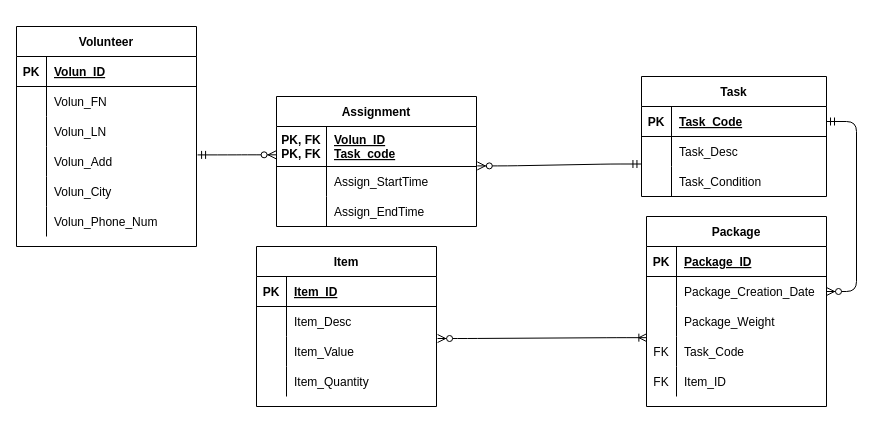
Above: Untitled Diagram.drawio in Tracey1217/Database-ERD-Team-Project (draw.io), before the change. Source tidied: cells renumbered, new cells numbered last; positions are measured from the earlier drawing's top-left corner, leaving out a move shared by most shapes. Both pictures are drawn from the tidied source at 100%, with x=0, y=0 at pixel (16, 26).
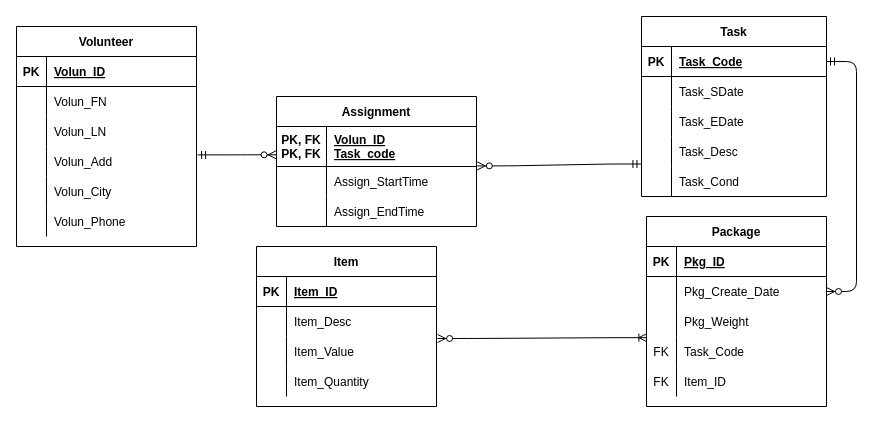
The same page after the edit.

The change refers to these unchanged cells:
```xml
<mxCell id="18" style="shape=partialRectangle;fillColor=none;top=0;left=0;bottom=0;right=0;" parent="2" vertex="1">
  <mxGeometry y="180" width="180" height="30" as="geometry" />
</mxCell>
<mxCell id="32" style="shape=partialRectangle;fillColor=none;top=0;left=0;bottom=1;right=0;" parent="31" vertex="1">
  <mxGeometry y="30" width="180" height="30" as="geometry" />
</mxCell>
<mxCell id="35" style="shape=partialRectangle;fillColor=none;top=0;left=0;bottom=0;right=0;points=[[0,0.5],[1,0.5]];portConstraint=eastwest;" parent="31" vertex="1">
  <mxGeometry y="60" width="180" height="30" as="geometry" />
</mxCell>
<mxCell id="38" style="shape=partialRectangle;fillColor=none;top=0;left=0;bottom=0;right=0;" parent="31" vertex="1">
  <mxGeometry y="90" width="180" height="30" as="geometry" />
</mxCell>
```

Change to the diagram source:
```diff
@@
-    <mxCell id="20" value="Volun_Phone_Num" style="shape=partialRectangle;fillColor=none;top=0;left=0;bottom=0;right=0;align=left;spacingLeft=6;overflow=hidden;" parent="18" vertex="1">
+    <mxCell id="20" value="Volun_Phone" style="shape=partialRectangle;fillColor=none;top=0;left=0;bottom=0;right=0;align=left;spacingLeft=6;overflow=hidden;" parent="18" vertex="1">
       <mxGeometry x="30" width="150" height="30" as="geometry" />
     </mxCell>
     <mxCell id="21" value="Task" style="shape=table;startSize=30;childLayout=tableLayout;rowLines=0;fontStyle=1;align=center;strokeColor=#000000;" parent="1" vertex="1">
-      <mxGeometry x="625" y="50" width="185" height="120" as="geometry" />
+      <mxGeometry x="625" y="-10" width="185" height="180" as="geometry" />
     </mxCell>
@@
+    <mxCell id="74" style="shape=partialRectangle;fillColor=none;top=0;left=0;bottom=1;right=0;strokeColor=none;" parent="21" vertex="1">
+      <mxGeometry y="60" width="185" height="30" as="geometry" />
+    </mxCell>
+    <mxCell id="75" style="shape=partialRectangle;fillColor=none;top=0;left=0;bottom=0;right=0;fontStyle=0;overflow=hidden;strokeColor=none;" parent="74" vertex="1">
+      <mxGeometry width="30" height="30" as="geometry" />
+    </mxCell>
+    <mxCell id="76" value="Task_SDate" style="shape=partialRectangle;fillColor=none;top=0;left=0;bottom=0;right=0;align=left;spacingLeft=6;fontStyle=0;overflow=hidden;strokeColor=none;" parent="74" vertex="1">
+      <mxGeometry x="30" width="155" height="30" as="geometry" />
+    </mxCell>
+    <mxCell id="77" style="shape=partialRectangle;fillColor=none;top=0;left=0;bottom=1;right=0;strokeColor=none;" parent="21" vertex="1">
+      <mxGeometry y="90" width="185" height="30" as="geometry" />
+    </mxCell>
+    <mxCell id="78" style="shape=partialRectangle;fillColor=none;top=0;left=0;bottom=0;right=0;fontStyle=1;overflow=hidden;strokeColor=none;" parent="77" vertex="1">
+      <mxGeometry width="30" height="30" as="geometry" />
+    </mxCell>
+    <mxCell id="79" value="Task_EDate" style="shape=partialRectangle;fillColor=none;top=0;left=0;bottom=0;right=0;align=left;spacingLeft=6;fontStyle=0;overflow=hidden;strokeColor=none;" parent="77" vertex="1">
+      <mxGeometry x="30" width="155" height="30" as="geometry" />
+    </mxCell>
     <mxCell id="25" style="shape=partialRectangle;fillColor=none;top=0;left=0;bottom=0;right=0;points=[[0,0.5],[1,0.5]];portConstraint=eastwest;" parent="21" vertex="1">
-      <mxGeometry y="60" width="185" height="30" as="geometry" />
+      <mxGeometry y="120" width="185" height="30" as="geometry" />
     </mxCell>
@@
     <mxCell id="28" style="shape=partialRectangle;fillColor=none;top=0;left=0;bottom=0;right=0;" parent="21" vertex="1">
-      <mxGeometry y="90" width="185" height="30" as="geometry" />
+      <mxGeometry y="150" width="185" height="30" as="geometry" />
     </mxCell>
@@
-    <mxCell id="30" value="Task_Condition" style="shape=partialRectangle;fillColor=none;top=0;left=0;bottom=0;right=0;align=left;spacingLeft=6;overflow=hidden;" parent="28" vertex="1">
+    <mxCell id="30" value="Task_Cond" style="shape=partialRectangle;fillColor=none;top=0;left=0;bottom=0;right=0;align=left;spacingLeft=6;overflow=hidden;" parent="28" vertex="1">
       <mxGeometry x="30" width="155" height="30" as="geometry" />
     </mxCell>
@@
-    <mxCell id="34" value="Package_ID" style="shape=partialRectangle;fillColor=none;top=0;left=0;bottom=0;right=0;align=left;spacingLeft=6;fontStyle=5;overflow=hidden;" parent="32" vertex="1">
+    <mxCell id="34" value="Pkg_ID" style="shape=partialRectangle;fillColor=none;top=0;left=0;bottom=0;right=0;align=left;spacingLeft=6;fontStyle=5;overflow=hidden;" parent="32" vertex="1">
       <mxGeometry x="30" width="150" height="30" as="geometry" />
     </mxCell>
@@
-    <mxCell id="37" value="Package_Creation_Date" style="shape=partialRectangle;fillColor=none;top=0;left=0;bottom=0;right=0;align=left;spacingLeft=6;overflow=hidden;" parent="35" vertex="1">
+    <mxCell id="37" value="Pkg_Create_Date" style="shape=partialRectangle;fillColor=none;top=0;left=0;bottom=0;right=0;align=left;spacingLeft=6;overflow=hidden;" parent="35" vertex="1">
       <mxGeometry x="30" width="150" height="30" as="geometry" />
     </mxCell>
@@
-    <mxCell id="40" value="Package_Weight" style="shape=partialRectangle;fillColor=none;top=0;left=0;bottom=0;right=0;align=left;spacingLeft=6;overflow=hidden;" parent="38" vertex="1">
+    <mxCell id="40" value="Pkg_Weight" style="shape=partialRectangle;fillColor=none;top=0;left=0;bottom=0;right=0;align=left;spacingLeft=6;overflow=hidden;" parent="38" vertex="1">
       <mxGeometry x="30" width="150" height="30" as="geometry" />
     </mxCell>
```
